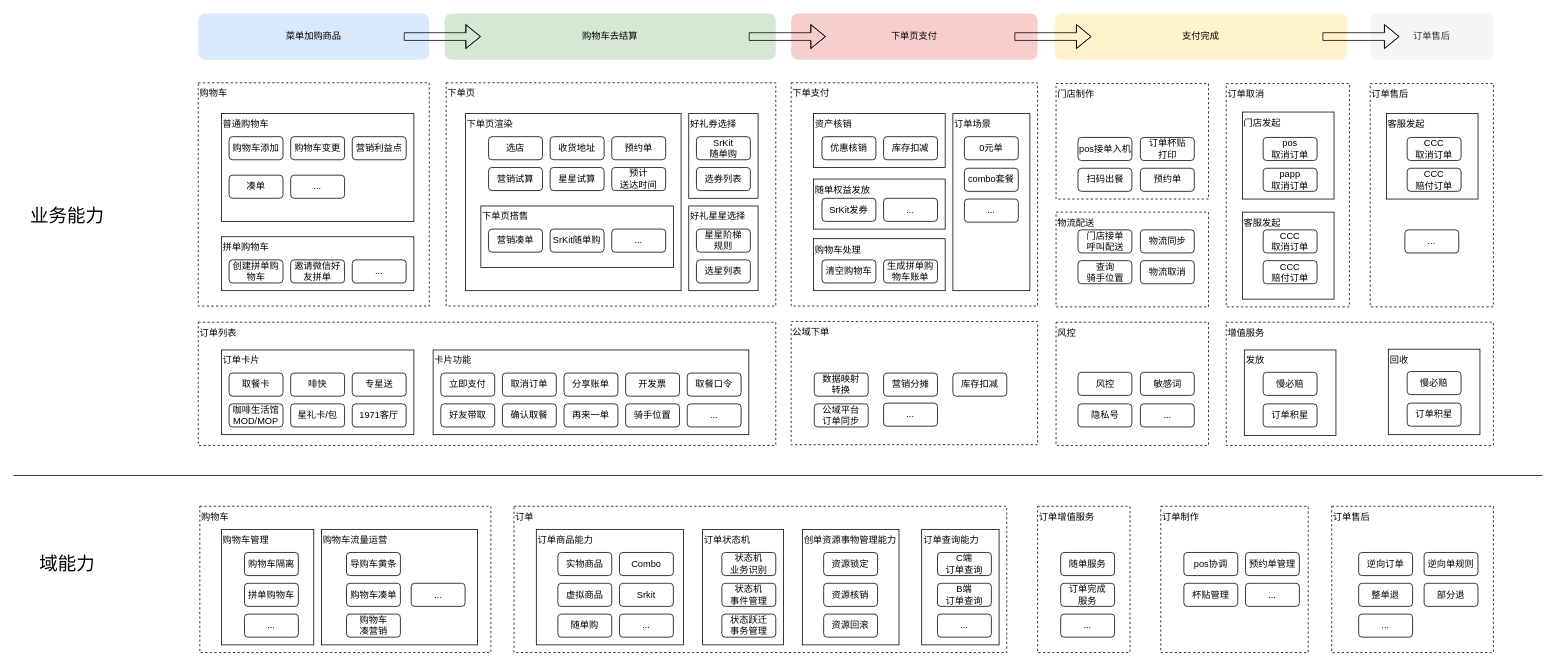
alexzhang2015/PC2.0 keeps this draw.io diagram as page "业务架构" (1 of 3) of OMS2.0业务架构.drawio. Above is the earlier version. Source tidied: cells renumbered, new cells numbered last; positions are measured from the earlier drawing's top-left corner, leaving out a move shared by most shapes. Both pictures are drawn from the tidied source at 77%, with x=0, y=0 at pixel (13, 13).
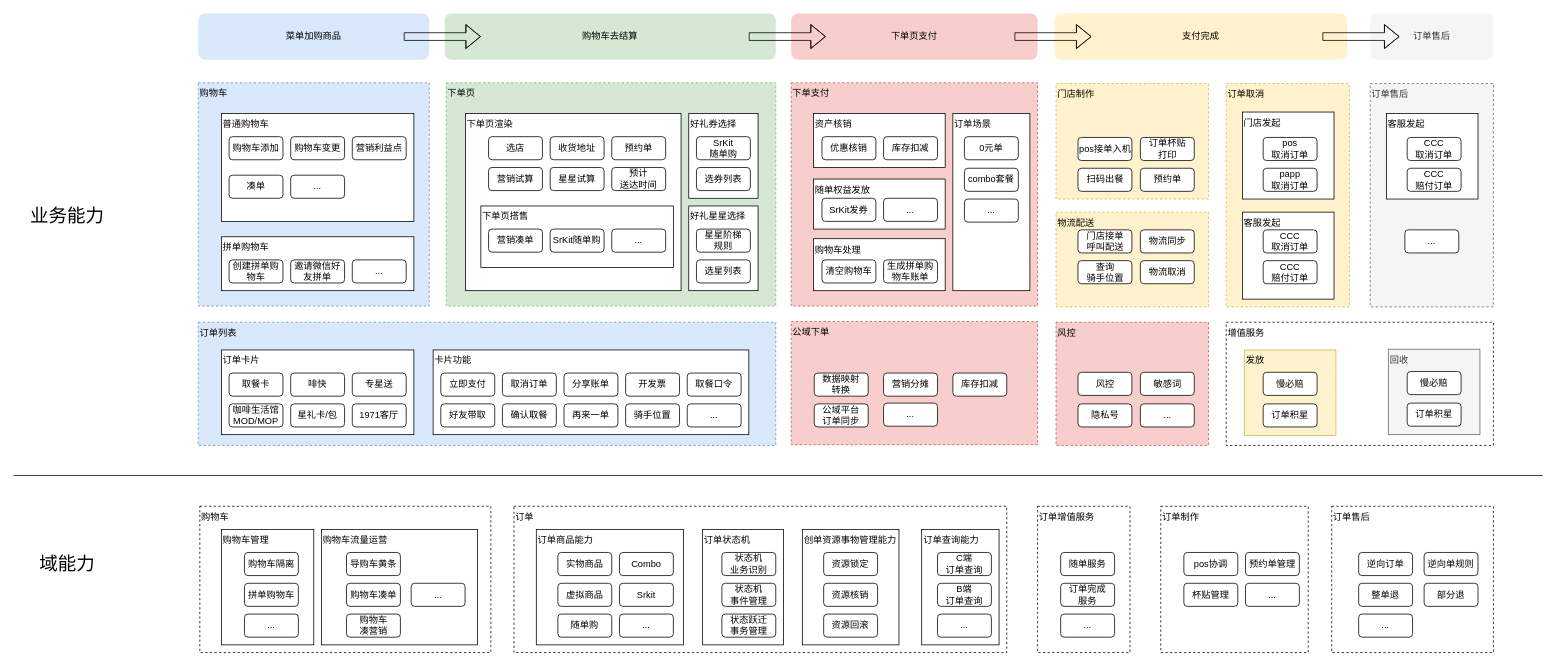
The same page after the edit.

Change to the diagram source:
```diff
@@
+    <mxCell id="97" value="购物车去结算" style="rounded=1;whiteSpace=wrap;html=1;strokeColor=none;fillColor=#d5e8d4;" parent="1" vertex="1">
+      <mxGeometry x="560" width="430" height="60" as="geometry" />
+    </mxCell>
@@
-    <mxCell id="5" value="下单支付" style="rounded=0;whiteSpace=wrap;html=1;verticalAlign=top;dashed=1;labelPosition=center;verticalLabelPosition=middle;align=left;spacingRight=0;shadow=0;glass=0;horizontal=1;" parent="1" vertex="1">
+    <mxCell id="5" value="下单支付" style="rounded=0;whiteSpace=wrap;html=1;verticalAlign=top;dashed=1;labelPosition=center;verticalLabelPosition=middle;align=left;spacingRight=0;shadow=0;glass=0;horizontal=1;fillColor=#f8cecc;strokeColor=#b85450;" parent="1" vertex="1">
       <mxGeometry x="1010" y="90" width="320" height="290" as="geometry" />
     </mxCell>
@@
-    <mxCell id="7" value="下单页" style="rounded=0;whiteSpace=wrap;html=1;verticalAlign=top;dashed=1;labelPosition=center;verticalLabelPosition=middle;align=left;spacingRight=0;shadow=0;glass=0;horizontal=1;" parent="1" vertex="1">
+    <mxCell id="7" value="下单页" style="rounded=0;whiteSpace=wrap;html=1;verticalAlign=top;dashed=1;labelPosition=center;verticalLabelPosition=middle;align=left;spacingRight=0;shadow=0;glass=0;horizontal=1;fillColor=#d5e8d4;strokeColor=#82b366;" parent="1" vertex="1">
       <mxGeometry x="562" y="90" width="428" height="290" as="geometry" />
     </mxCell>
-    <mxCell id="8" value="购物车" style="rounded=0;whiteSpace=wrap;html=1;verticalAlign=top;dashed=1;labelPosition=center;verticalLabelPosition=middle;align=left;spacingRight=0;shadow=0;glass=0;horizontal=1;" parent="1" vertex="1">
+    <mxCell id="8" value="购物车" style="rounded=0;whiteSpace=wrap;html=1;verticalAlign=top;dashed=1;labelPosition=center;verticalLabelPosition=middle;align=left;spacingRight=0;shadow=0;glass=0;horizontal=1;fillColor=#dae8fc;strokeColor=#6c8ebf;" parent="1" vertex="1">
       <mxGeometry x="240" y="90" width="300" height="290" as="geometry" />
     </mxCell>
-    <mxCell id="9" value="订单列表" style="rounded=0;whiteSpace=wrap;html=1;verticalAlign=top;dashed=1;labelPosition=center;verticalLabelPosition=middle;align=left;spacingRight=0;shadow=0;glass=0;horizontal=1;" parent="1" vertex="1">
+    <mxCell id="9" value="订单列表" style="rounded=0;whiteSpace=wrap;html=1;verticalAlign=top;dashed=1;labelPosition=center;verticalLabelPosition=middle;align=left;spacingRight=0;shadow=0;glass=0;horizontal=1;fillColor=#dae8fc;strokeColor=#6c8ebf;" parent="1" vertex="1">
       <mxGeometry x="240" y="401" width="750" height="160" as="geometry" />
     </mxCell>
-    <mxCell id="10" value="订单取消" style="rounded=0;whiteSpace=wrap;html=1;verticalAlign=top;labelPosition=center;verticalLabelPosition=middle;align=left;spacingRight=0;shadow=0;glass=0;horizontal=1;dashed=1;" parent="1" vertex="1">
+    <mxCell id="10" value="订单取消" style="rounded=0;whiteSpace=wrap;html=1;verticalAlign=top;labelPosition=center;verticalLabelPosition=middle;align=left;spacingRight=0;shadow=0;glass=0;horizontal=1;dashed=1;fillColor=#fff2cc;strokeColor=#d6b656;" parent="1" vertex="1">
       <mxGeometry x="1575" y="91" width="160" height="290" as="geometry" />
     </mxCell>
-    <mxCell id="11" value="风控" style="rounded=0;whiteSpace=wrap;html=1;verticalAlign=top;dashed=1;labelPosition=center;verticalLabelPosition=middle;align=left;spacingRight=0;shadow=0;glass=0;horizontal=1;" parent="1" vertex="1">
+    <mxCell id="11" value="风控" style="rounded=0;whiteSpace=wrap;html=1;verticalAlign=top;dashed=1;labelPosition=center;verticalLabelPosition=middle;align=left;spacingRight=0;shadow=0;glass=0;horizontal=1;fillColor=#f8cecc;strokeColor=#b85450;" parent="1" vertex="1">
       <mxGeometry x="1354" y="401" width="198" height="160" as="geometry" />
     </mxCell>
-    <mxCell id="12" value="门店制作" style="rounded=0;whiteSpace=wrap;html=1;verticalAlign=top;dashed=1;labelPosition=center;verticalLabelPosition=middle;align=left;spacingRight=0;shadow=0;glass=0;horizontal=1;" parent="1" vertex="1">
+    <mxCell id="12" value="门店制作" style="rounded=0;whiteSpace=wrap;html=1;verticalAlign=top;dashed=1;labelPosition=center;verticalLabelPosition=middle;align=left;spacingRight=0;shadow=0;glass=0;horizontal=1;fillColor=#fff2cc;strokeColor=#d6b656;" parent="1" vertex="1">
       <mxGeometry x="1354" y="91" width="198" height="150" as="geometry" />
     </mxCell>
-    <mxCell id="13" value="物流配送" style="rounded=0;whiteSpace=wrap;html=1;verticalAlign=top;dashed=1;labelPosition=center;verticalLabelPosition=middle;align=left;spacingRight=0;shadow=0;glass=0;horizontal=1;" parent="1" vertex="1">
+    <mxCell id="13" value="物流配送" style="rounded=0;whiteSpace=wrap;html=1;verticalAlign=top;dashed=1;labelPosition=center;verticalLabelPosition=middle;align=left;spacingRight=0;shadow=0;glass=0;horizontal=1;fillColor=#fff2cc;strokeColor=#d6b656;" parent="1" vertex="1">
       <mxGeometry x="1354" y="258" width="198" height="123" as="geometry" />
     </mxCell>
@@
-    <mxCell id="15" value="公域下单" style="rounded=0;whiteSpace=wrap;html=1;verticalAlign=top;dashed=1;labelPosition=center;verticalLabelPosition=middle;align=left;spacingRight=0;shadow=0;glass=0;horizontal=1;" parent="1" vertex="1">
+    <mxCell id="15" value="公域下单" style="rounded=0;whiteSpace=wrap;html=1;verticalAlign=top;dashed=1;labelPosition=center;verticalLabelPosition=middle;align=left;spacingRight=0;shadow=0;glass=0;horizontal=1;fillColor=#f8cecc;strokeColor=#b85450;" parent="1" vertex="1">
       <mxGeometry x="1010" y="400" width="320" height="160" as="geometry" />
     </mxCell>
-    <mxCell id="16" value="订单售后" style="rounded=0;whiteSpace=wrap;html=1;verticalAlign=top;dashed=1;labelPosition=center;verticalLabelPosition=middle;align=left;spacingRight=0;shadow=0;glass=0;horizontal=1;" parent="1" vertex="1">
+    <mxCell id="16" value="订单售后" style="rounded=0;whiteSpace=wrap;html=1;verticalAlign=top;dashed=1;labelPosition=center;verticalLabelPosition=middle;align=left;spacingRight=0;shadow=0;glass=0;horizontal=1;fillColor=#f5f5f5;fontColor=#333333;strokeColor=#666666;" parent="1" vertex="1">
       <mxGeometry x="1762" y="91" width="160" height="290" as="geometry" />
     </mxCell>
@@
-    <mxCell id="79" value="发放" style="rounded=0;whiteSpace=wrap;html=1;verticalAlign=top;labelPosition=center;verticalLabelPosition=middle;align=left;spacingRight=0;shadow=0;glass=0;horizontal=1;" parent="1" vertex="1">
+    <mxCell id="79" value="发放" style="rounded=0;whiteSpace=wrap;html=1;verticalAlign=top;labelPosition=center;verticalLabelPosition=middle;align=left;spacingRight=0;shadow=0;glass=0;horizontal=1;fillColor=#fff2cc;strokeColor=#d6b656;" parent="1" vertex="1">
       <mxGeometry x="1598.5" y="437" width="119" height="111" as="geometry" />
     </mxCell>
@@
-    <mxCell id="97" value="购物车去结算" style="rounded=1;whiteSpace=wrap;html=1;strokeColor=none;fillColor=#d5e8d4;" parent="1" vertex="1">
-      <mxGeometry x="560" width="430" height="60" as="geometry" />
-    </mxCell>
@@
-    <mxCell id="109" value="回收" style="rounded=0;whiteSpace=wrap;html=1;verticalAlign=top;labelPosition=center;verticalLabelPosition=middle;align=left;spacingRight=0;shadow=0;glass=0;horizontal=1;" parent="1" vertex="1">
+    <mxCell id="109" value="回收" style="rounded=0;whiteSpace=wrap;html=1;verticalAlign=top;labelPosition=center;verticalLabelPosition=middle;align=left;spacingRight=0;shadow=0;glass=0;horizontal=1;fillColor=#f5f5f5;fontColor=#333333;strokeColor=#666666;" parent="1" vertex="1">
       <mxGeometry x="1785.5" y="436" width="119" height="111" as="geometry" />
     </mxCell>
```
